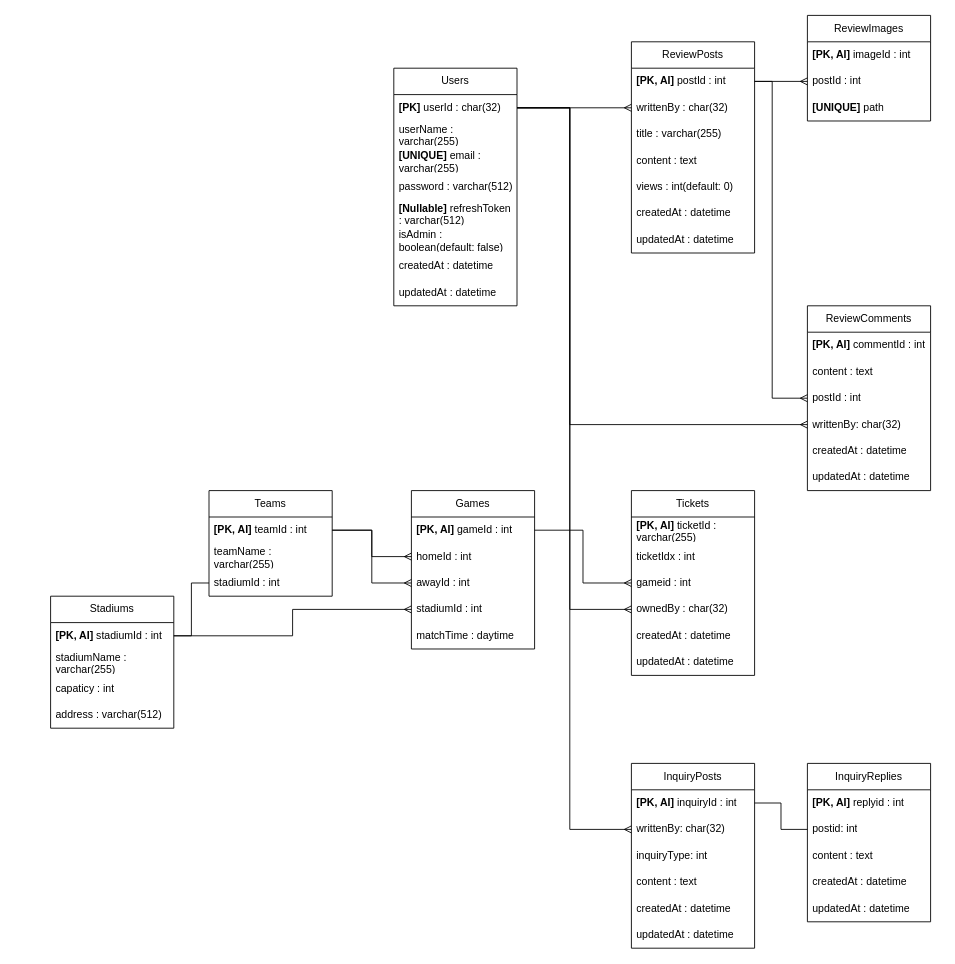
The draw.io diagram 제목 없는 다이어그램.drawio in fudoge/koreaticket-server, before the edit. Source tidied: cells renumbered, new cells numbered last; positions are measured from the earlier drawing's top-left corner, leaving out a move shared by most shapes. Both pictures are drawn from the tidied source at 88%, with x=0, y=0 at pixel (50, 15).
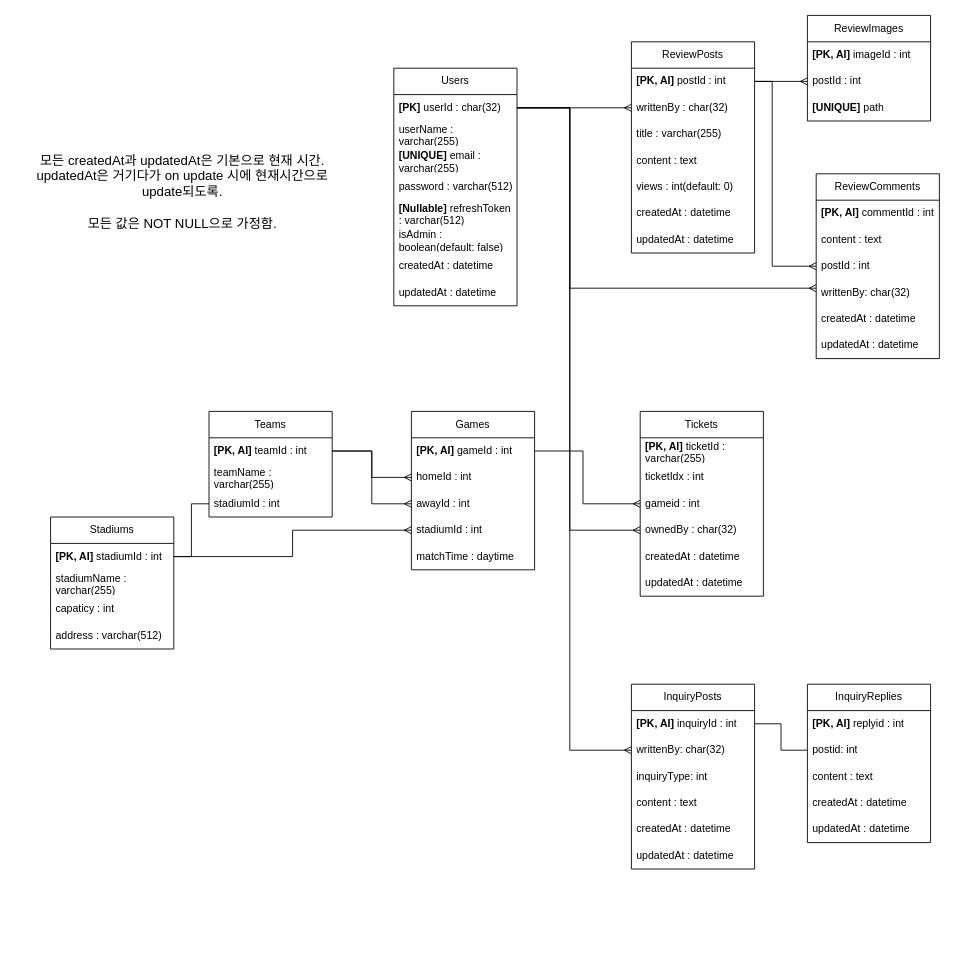
After the change.

Commit message:
ERD: 기본 전제 추가

Unchanged cells that the change refers to:
```xml
<mxCell id="3" value="&lt;b&gt;[PK]&lt;/b&gt; userId : char(32)" style="text;strokeColor=none;fillColor=none;align=left;verticalAlign=middle;spacingLeft=4;spacingRight=4;overflow=hidden;points=[[0,0.5],[1,0.5]];portConstraint=eastwest;whiteSpace=wrap;html=1;" parent="2" vertex="1">
  <mxGeometry y="30" width="140" height="30" as="geometry" />
</mxCell>
<mxCell id="12" value="&lt;b&gt;[PK, AI]&lt;/b&gt; postId : int" style="text;strokeColor=none;fillColor=none;align=left;verticalAlign=middle;spacingLeft=4;spacingRight=4;overflow=hidden;points=[[0,0.5],[1,0.5]];portConstraint=eastwest;whiteSpace=wrap;html=1;" parent="11" vertex="1">
  <mxGeometry y="30" width="140" height="30" as="geometry" />
</mxCell>
<mxCell id="23" value="postId : int" style="text;strokeColor=none;fillColor=none;align=left;verticalAlign=middle;spacingLeft=4;spacingRight=4;overflow=hidden;points=[[0,0.5],[1,0.5]];portConstraint=eastwest;whiteSpace=wrap;html=1;" parent="20" vertex="1">
  <mxGeometry y="90" width="140" height="30" as="geometry" />
</mxCell>
<mxCell id="24" value="writtenBy: char(32)" style="text;strokeColor=none;fillColor=none;align=left;verticalAlign=middle;spacingLeft=4;spacingRight=4;overflow=hidden;points=[[0,0.5],[1,0.5]];portConstraint=eastwest;whiteSpace=wrap;html=1;" parent="20" vertex="1">
  <mxGeometry y="120" width="140" height="30" as="geometry" />
</mxCell>
<mxCell id="32" value="gameid : int" style="text;strokeColor=none;fillColor=none;align=left;verticalAlign=middle;spacingLeft=4;spacingRight=4;overflow=hidden;points=[[0,0.5],[1,0.5]];portConstraint=eastwest;whiteSpace=wrap;html=1;" parent="29" vertex="1">
  <mxGeometry y="90" width="140" height="30" as="geometry" />
</mxCell>
<mxCell id="33" value="ownedBy : char(32)" style="text;strokeColor=none;fillColor=none;align=left;verticalAlign=middle;spacingLeft=4;spacingRight=4;overflow=hidden;points=[[0,0.5],[1,0.5]];portConstraint=eastwest;whiteSpace=wrap;html=1;" parent="29" vertex="1">
  <mxGeometry y="120" width="140" height="30" as="geometry" />
</mxCell>
<mxCell id="38" value="&lt;b&gt;[PK, AI]&lt;/b&gt; gameId : int" style="text;strokeColor=none;fillColor=none;align=left;verticalAlign=middle;spacingLeft=4;spacingRight=4;overflow=hidden;points=[[0,0.5],[1,0.5]];portConstraint=eastwest;whiteSpace=wrap;html=1;" parent="37" vertex="1">
  <mxGeometry y="30" width="140" height="30" as="geometry" />
</mxCell>
<mxCell id="59" value="writtenBy: char(32)" style="text;strokeColor=none;fillColor=none;align=left;verticalAlign=middle;spacingLeft=4;spacingRight=4;overflow=hidden;points=[[0,0.5],[1,0.5]];portConstraint=eastwest;whiteSpace=wrap;html=1;" parent="57" vertex="1">
  <mxGeometry y="60" width="140" height="30" as="geometry" />
</mxCell>
```

Diff of the diagram source:
```diff
@@
     <mxCell id="20" value="ReviewComments" style="swimlane;fontStyle=0;horizontal=1;startSize=30;whiteSpace=wrap;html=1;" parent="1" vertex="1">
-      <mxGeometry x="860" y="330" width="140" height="210" as="geometry" />
+      <mxGeometry x="870" y="180" width="140" height="210" as="geometry" />
     </mxCell>
@@
-    <mxCell id="27" style="edgeStyle=orthogonalEdgeStyle;rounded=0;jettySize=auto;html=1;exitX=1;exitY=0.5;exitDx=0;exitDy=0;entryX=0;entryY=0.5;entryDx=0;entryDy=0;endArrow=ERmany;endFill=0;" parent="1" edge="1" source="3" target="24">
+    <mxCell id="27" style="edgeStyle=orthogonalEdgeStyle;rounded=0;jettySize=auto;html=1;exitX=1;exitY=0.5;exitDx=0;exitDy=0;endArrow=ERmany;endFill=0;" parent="1" edge="1" source="3">
       <mxGeometry relative="1" as="geometry">
+        <mxPoint x="870" y="310" as="targetPoint" />
         <Array as="points">
           <mxPoint x="590" y="105" />
-          <mxPoint x="590" y="465" />
+          <mxPoint x="590" y="310" />
         </Array>
       </mxGeometry>
     </mxCell>
     <mxCell id="28" style="edgeStyle=orthogonalEdgeStyle;rounded=0;jettySize=auto;html=1;exitX=1;exitY=0.5;exitDx=0;exitDy=0;entryX=0;entryY=0.5;entryDx=0;entryDy=0;endArrow=ERmany;endFill=0;" parent="1" edge="1" source="12" target="23">
       <mxGeometry relative="1" as="geometry">
         <Array as="points">
           <mxPoint x="820" y="75" />
-          <mxPoint x="820" y="435" />
+          <mxPoint x="820" y="285" />
         </Array>
       </mxGeometry>
     </mxCell>
     <mxCell id="29" value="Tickets" style="swimlane;fontStyle=0;horizontal=1;startSize=30;whiteSpace=wrap;html=1;" parent="1" vertex="1">
-      <mxGeometry x="660" y="540" width="140" height="210" as="geometry" />
+      <mxGeometry x="670" y="450" width="140" height="210" as="geometry" />
     </mxCell>
@@
     <mxCell id="36" style="edgeStyle=orthogonalEdgeStyle;rounded=0;jettySize=auto;html=1;exitX=1;exitY=0.5;exitDx=0;exitDy=0;entryX=0;entryY=0.5;entryDx=0;entryDy=0;endArrow=ERmany;endFill=0;" parent="1" edge="1" source="3" target="33">
       <mxGeometry relative="1" as="geometry">
         <Array as="points">
           <mxPoint x="590" y="105" />
-          <mxPoint x="590" y="675" />
+          <mxPoint x="590" y="585" />
         </Array>
       </mxGeometry>
     </mxCell>
     <mxCell id="37" value="Games" style="swimlane;fontStyle=0;horizontal=1;startSize=30;whiteSpace=wrap;html=1;" parent="1" vertex="1">
-      <mxGeometry x="410" y="540" width="140" height="180" as="geometry" />
+      <mxGeometry x="410" y="450" width="140" height="180" as="geometry" />
     </mxCell>
@@
     <mxCell id="43" style="edgeStyle=orthogonalEdgeStyle;rounded=0;jettySize=auto;html=1;exitX=1;exitY=0.5;exitDx=0;exitDy=0;entryX=0;entryY=0.5;entryDx=0;entryDy=0;endArrow=ERmany;endFill=0;" parent="1" edge="1" source="38" target="32">
-      <mxGeometry relative="1" as="geometry" />
+      <mxGeometry relative="1" as="geometry">
+        <Array as="points">
+          <mxPoint x="605" y="495" />
+          <mxPoint x="605" y="555" />
+        </Array>
+      </mxGeometry>
     </mxCell>
     <mxCell id="44" value="Teams" style="swimlane;fontStyle=0;horizontal=1;startSize=30;whiteSpace=wrap;html=1;" parent="1" vertex="1">
-      <mxGeometry x="180" y="540" width="140" height="120" as="geometry" />
+      <mxGeometry x="180" y="450" width="140" height="120" as="geometry" />
     </mxCell>
@@
     <mxCell id="48" value="Stadiums" style="swimlane;fontStyle=0;horizontal=1;startSize=30;whiteSpace=wrap;html=1;" parent="1" vertex="1">
-      <mxGeometry y="660" width="140" height="150" as="geometry" />
+      <mxGeometry y="570" width="140" height="150" as="geometry" />
     </mxCell>
@@
     <mxCell id="57" value="InquiryPosts" style="swimlane;fontStyle=0;horizontal=1;startSize=30;whiteSpace=wrap;html=1;" parent="1" vertex="1">
-      <mxGeometry x="660" y="850" width="140" height="210" as="geometry" />
+      <mxGeometry x="660" y="760" width="140" height="210" as="geometry" />
     </mxCell>
@@
     <mxCell id="64" value="InquiryReplies" style="swimlane;fontStyle=0;horizontal=1;startSize=30;whiteSpace=wrap;html=1;" parent="1" vertex="1">
-      <mxGeometry x="860" y="850" width="140" height="180" as="geometry" />
+      <mxGeometry x="860" y="760" width="140" height="180" as="geometry" />
     </mxCell>
@@
     <mxCell id="70" style="edgeStyle=orthogonalEdgeStyle;rounded=0;jettySize=auto;html=1;exitX=1;exitY=0.5;exitDx=0;exitDy=0;entryX=0;entryY=0.5;entryDx=0;entryDy=0;endArrow=ERmany;endFill=0;" parent="1" edge="1" source="3" target="59">
       <mxGeometry relative="1" as="geometry">
         <Array as="points">
           <mxPoint x="590" y="105" />
-          <mxPoint x="590" y="925" />
+          <mxPoint x="590" y="835" />
         </Array>
       </mxGeometry>
     </mxCell>
@@
+    <mxCell id="77" value="모든 createdAt과 updatedAt은 기본으로 현재 시간. updatedAt은 거기다가 on update 시에 현재시간으로 update되도록.&lt;div style=&quot;font-size: 15px;&quot;&gt;&lt;br style=&quot;font-size: 15px;&quot;&gt;&lt;/div&gt;&lt;div style=&quot;font-size: 15px;&quot;&gt;모든 값은 NOT NULL으로 가정함.&lt;/div&gt;" style="text;html=1;align=center;verticalAlign=middle;whiteSpace=wrap;rounded=0;fontSize=15;" parent="1" vertex="1">
+      <mxGeometry x="-40" y="110" width="380" height="180" as="geometry" />
+    </mxCell>
```
